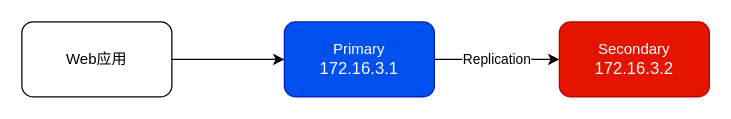
linlin8/linlin8.github.io keeps this draw.io diagram as mongodb-Replica Sets.drawio. Above is the earlier version. Source tidied: cells renumbered, new cells numbered last; positions are measured from the earlier drawing's top-left corner, leaving out a move shared by most shapes. Both pictures are drawn from the tidied source at 125%, with x=0, y=0 at pixel (21, 21).
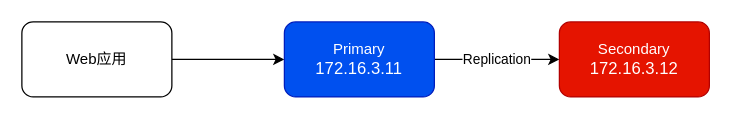
After the change.

Change to the diagram source:
```diff
@@
 <mxGraphModel>
   <root>
     <mxCell id="0" />
     <mxCell id="1" parent="0" />
     <mxCell id="2" style="edgeStyle=orthogonalEdgeStyle;rounded=0;jettySize=auto;html=1;" parent="1" edge="1" source="3" target="5">
       <mxGeometry relative="1" as="geometry" />
     </mxCell>
     <mxCell id="3" value="Web应用" style="rounded=1;whiteSpace=wrap;html=1;" parent="1" vertex="1">
       <mxGeometry width="120" height="60" as="geometry" />
     </mxCell>
     <mxCell id="4" value="Replication" style="edgeStyle=orthogonalEdgeStyle;rounded=0;jettySize=auto;html=1;" parent="1" edge="1" source="5" target="6">
       <mxGeometry relative="1" as="geometry" />
     </mxCell>
-    <mxCell id="5" value="Primary&lt;br&gt;&lt;span style=&quot;font-size: 10pt&quot;&gt;172.16.3.1&lt;/span&gt;" style="rounded=1;whiteSpace=wrap;html=1;fillColor=#0050ef;strokeColor=#001DBC;fontColor=#FFFFFF;" parent="1" vertex="1">
+    <mxCell id="5" value="Primary&lt;br&gt;&lt;span style=&quot;font-size: 10pt&quot;&gt;172.16.3.11&lt;/span&gt;" style="rounded=1;whiteSpace=wrap;html=1;fillColor=#0050ef;strokeColor=#001DBC;fontColor=#FFFFFF;" parent="1" vertex="1">
       <mxGeometry x="210" width="120" height="60" as="geometry" />
     </mxCell>
-    <mxCell id="6" value="Secondary&lt;br&gt;&lt;span style=&quot;font-size: 13.3333px&quot;&gt;172.16.3.2&lt;/span&gt;" style="rounded=1;whiteSpace=wrap;html=1;fillColor=#e51400;strokeColor=#B20000;fontColor=#FFFFFF;" parent="1" vertex="1">
+    <mxCell id="6" value="Secondary&lt;br&gt;&lt;span style=&quot;font-size: 13.3333px&quot;&gt;172.16.3.12&lt;/span&gt;" style="rounded=1;whiteSpace=wrap;html=1;fillColor=#e51400;strokeColor=#B20000;fontColor=#FFFFFF;" parent="1" vertex="1">
       <mxGeometry x="430" width="120" height="60" as="geometry" />
     </mxCell>
   </root>
 </mxGraphModel>
```
